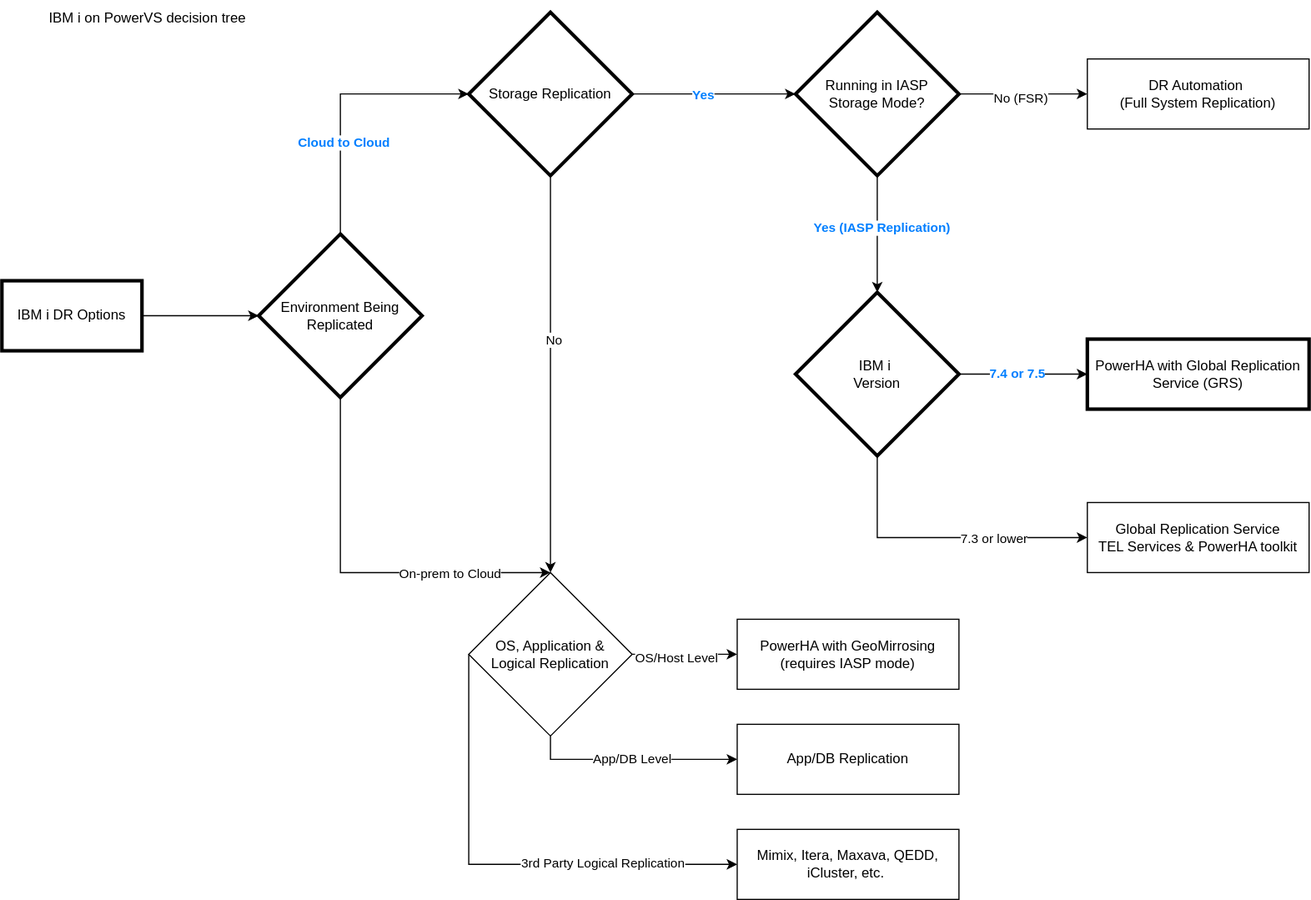
This is images/phagrsdtree.svg from ibm-cloud-docs/pattern-resiliency-powerha-grs, a draw.io export, as it was before one commit. Source tidied: cells renumbered, new cells last; positions are measured from the earlier drawing's top-left corner, leaving out a move shared by most shapes.
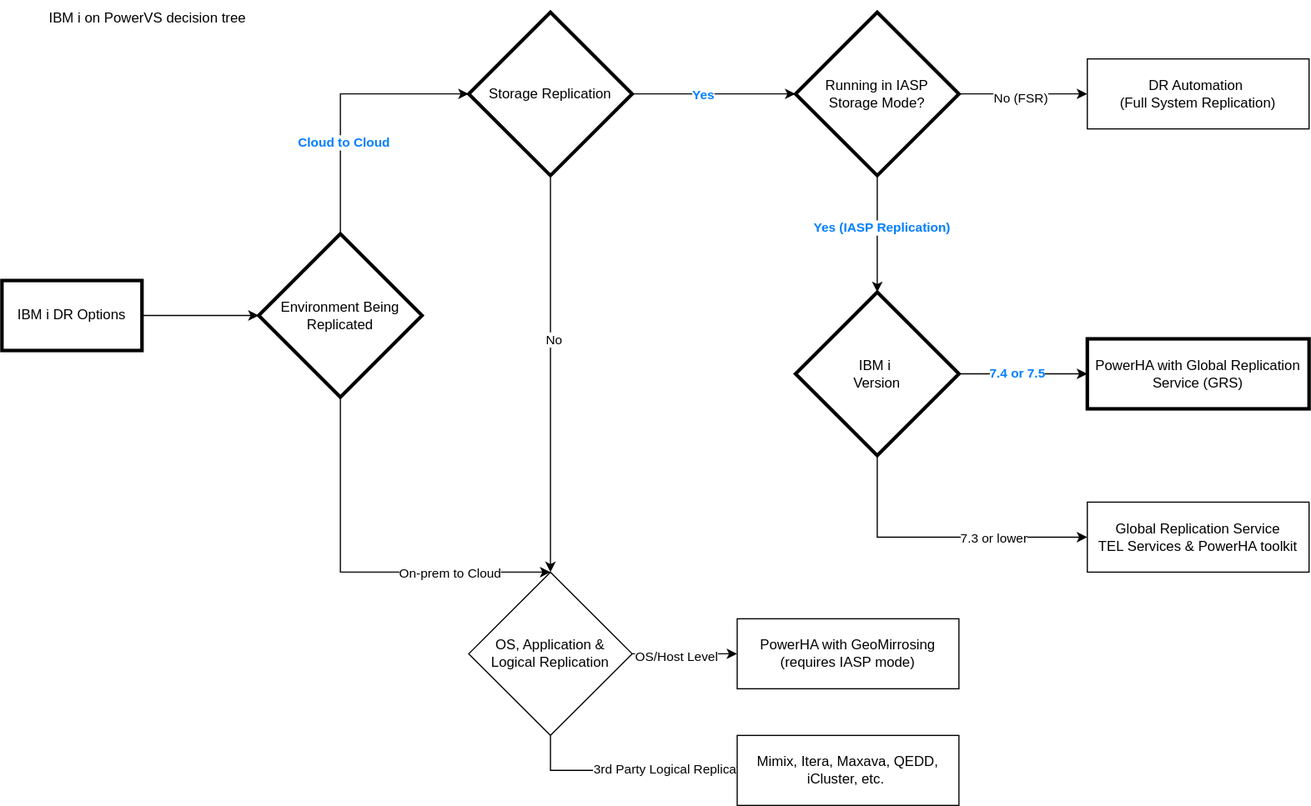
Later version of the same file.

The edit, as a diff of the source:
```diff
@@ -53,17 +53,10 @@
     <mxCell id="15" value="OS/Host Level" style="edgeLabel;html=1;align=center;verticalAlign=middle;" parent="14" vertex="1">
       <mxGeometry x="-0.18" y="-2" relative="1" as="geometry" />
     </mxCell>
-    <mxCell id="16" value="App/DB Level" style="edgeStyle=orthogonalEdgeStyle;rounded=0;jettySize=auto;html=1;entryX=0;entryY=0.5;entryDx=0;entryDy=0;" parent="1" edge="1" source="19" target="34">
-      <mxGeometry relative="1" as="geometry">
-        <Array as="points">
-          <mxPoint x="470" y="650" />
-        </Array>
-      </mxGeometry>
-    </mxCell>
-    <mxCell id="17" style="edgeStyle=orthogonalEdgeStyle;rounded=0;jettySize=auto;html=1;entryX=0;entryY=0.5;entryDx=0;entryDy=0;" parent="1" edge="1" source="19" target="35">
+    <mxCell id="17" style="edgeStyle=orthogonalEdgeStyle;rounded=0;jettySize=auto;html=1;entryX=0;entryY=0.5;entryDx=0;entryDy=0;exitX=0.5;exitY=1;exitDx=0;exitDy=0;" parent="1" edge="1" source="19" target="35">
       <mxGeometry relative="1" as="geometry">
         <Array as="points">
-          <mxPoint x="400" y="740" />
+          <mxPoint x="470" y="660" />
         </Array>
       </mxGeometry>
     </mxCell>
@@ -119,11 +112,8 @@
     <mxCell id="33" value="PowerHA with GeoMirrosing&lt;div&gt;(requires IASP mode)&lt;/div&gt;" style="rounded=0;whiteSpace=wrap;html=1;" parent="1" vertex="1">
       <mxGeometry x="630" y="530" width="190" height="60" as="geometry" />
     </mxCell>
-    <mxCell id="34" value="App/DB Replication" style="rounded=0;whiteSpace=wrap;html=1;" parent="1" vertex="1">
-      <mxGeometry x="630" y="620" width="190" height="60" as="geometry" />
-    </mxCell>
     <mxCell id="35" value="Mimix, Itera, Maxava, QEDD, iCluster, etc.&amp;nbsp;" style="rounded=0;whiteSpace=wrap;html=1;" parent="1" vertex="1">
-      <mxGeometry x="630" y="710" width="190" height="60" as="geometry" />
+      <mxGeometry x="630" y="630" width="190" height="60" as="geometry" />
     </mxCell>
     <mxCell id="36" value="IBM i on PowerVS decision tree" style="text;html=1;whiteSpace=wrap;strokeColor=none;fillColor=none;align=center;verticalAlign=middle;rounded=0;" parent="1" vertex="1">
       <mxGeometry x="10" width="230" height="30" as="geometry" />
```
